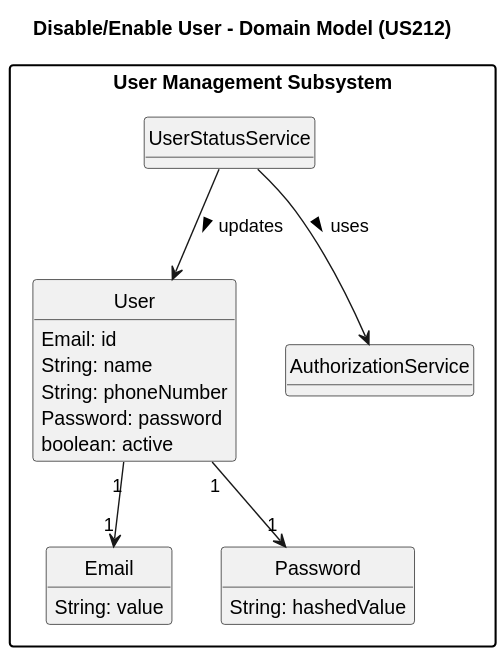
Earlier version of the PlantUML export docs/planning/sprint2/EAPLI/US212 - Disable or enable users/02.analysis/svg/us212-domain-model.svg (SAEmanuel/Shodrone_ISEP). Its diagram source:
```plantuml
@startuml
skinparam monochrome true
skinparam packageStyle rectangle
skinparam shadowing false

title Disable/Enable User - Domain Model (US212)

hide circles
hide methods

package "User Management Subsystem" {

    class User {
        Email: id
        String: name
        String: phoneNumber
        Password: password
        boolean: active
    }

    class Email {
        String: value
    }

    class Password {
        String: hashedValue
    }

    class UserStatusService {
        +toggleUserStatus(userId, desiredStatus)
    }

    class AuthorizationService {
        +isAdmin(userId): boolean
        +isSelfOperation(adminId, targetUserId): boolean
    }

    UserStatusService --> User : updates >
    User "1" --> "1" Email
    User "1" --> "1" Password
    UserStatusService --> AuthorizationService : uses >
}
@enduml
```
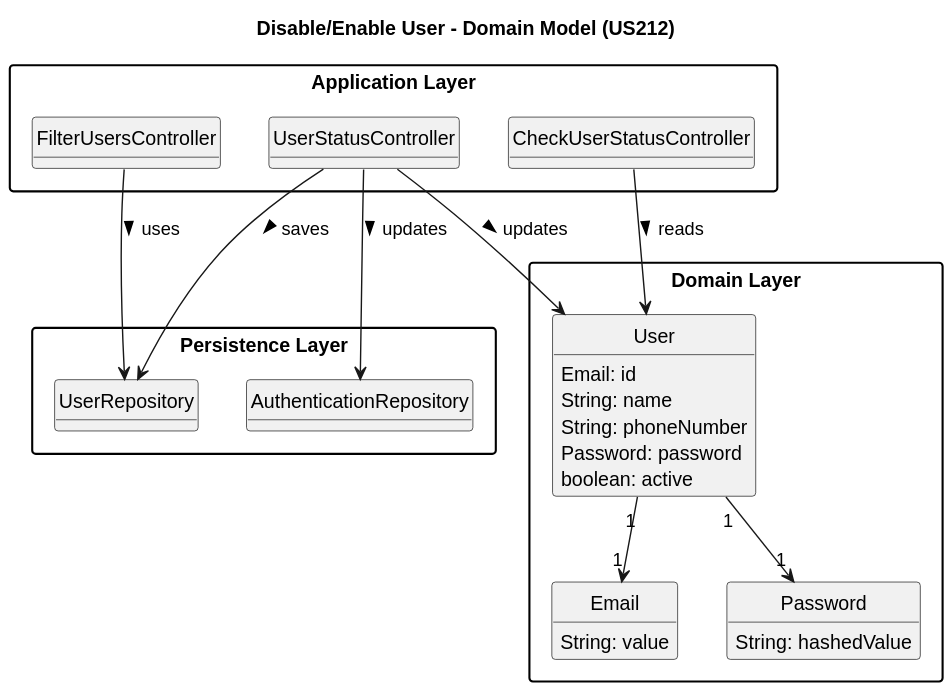
Above is the later version.

What changed in the source:
```diff
@@ -8,14 +8,17 @@
 hide circles
 hide methods
 
-package "User Management Subsystem" {
-
+package "Domain Layer" {
     class User {
         Email: id
         String: name
         String: phoneNumber
         Password: password
         boolean: active
+
+        +activate()
+        +deactivate()
+        +isActive(): boolean
     }
 
     class Email {
@@ -26,18 +29,34 @@
         String: hashedValue
     }
 
-    class UserStatusService {
-        +toggleUserStatus(userId, desiredStatus)
+    User "1" --> "1" Email
+    User "1" --> "1" Password
+}
+
+package "Application Layer" {
+    class FilterUsersController {
+        +getUsersByFilter(filterIndex): List<User>
     }
 
-    class AuthorizationService {
-        +isAdmin(userId): boolean
-        +isSelfOperation(adminId, targetUserId): boolean
+    class CheckUserStatusController {
+        +isUserActive(user): boolean
     }
 
-    UserStatusService --> User : updates >
-    User "1" --> "1" Email
-    User "1" --> "1" Password
-    UserStatusService --> AuthorizationService : uses >
+    class UserStatusController {
+        +changeUserStatus(user, activate): boolean
+        +activateUser(user): boolean
+        +deactivateUser(user): boolean
+    }
 }
+
+package "Persistence Layer" {
+    class UserRepository
+    class AuthenticationRepository
+}
+
+FilterUsersController --> UserRepository : uses >
+CheckUserStatusController --> User : reads >
+UserStatusController --> User : updates >
+UserStatusController --> UserRepository : saves >
+UserStatusController --> AuthenticationRepository : updates >
 @enduml
```
